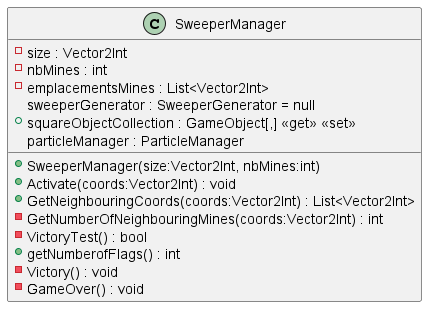
This is uml-output/SweeperManager.png from Eliaz-LR/3D-Minesweeper, a PlantUML export, as it was before one commit. Its diagram source:
```plantuml
@startuml
class SweeperManager {
    - size : Vector2Int
    - nbMines : int
    - emplacementsMines : List<Vector2Int>
    sweeperGenerator : SweeperGenerator = null
    + squareObjectCollection : GameObject[,] <<get>> <<set>>
    particleManager : ParticleManager
    + SweeperManager(size:Vector2Int, nbMines:int)
    + Activate(coords:Vector2Int) : void
    + GetNeighbouringCoords(coords:Vector2Int) : List<Vector2Int>
    - GetNumberOfNeighbouringMines(coords:Vector2Int) : int
    - VictoryTest() : bool
    + getNumberofFlags() : int
    - Victory() : void
    - GameOver() : void
}
@enduml
```
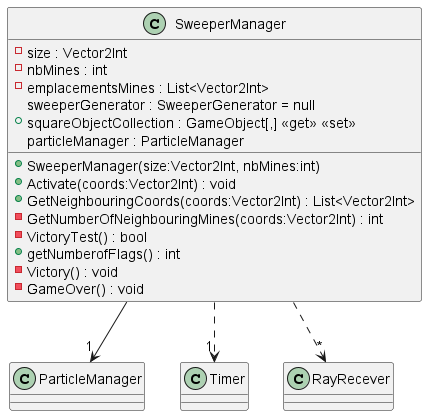
Later version of the same file.

Change to the diagram source:
```diff
@@ -15,4 +15,7 @@
     - Victory() : void
     - GameOver() : void
 }
+SweeperManager --> "1" ParticleManager
+SweeperManager ..> "1" Timer
+SweeperManager ..> "*" RayRecever
 @enduml
```
